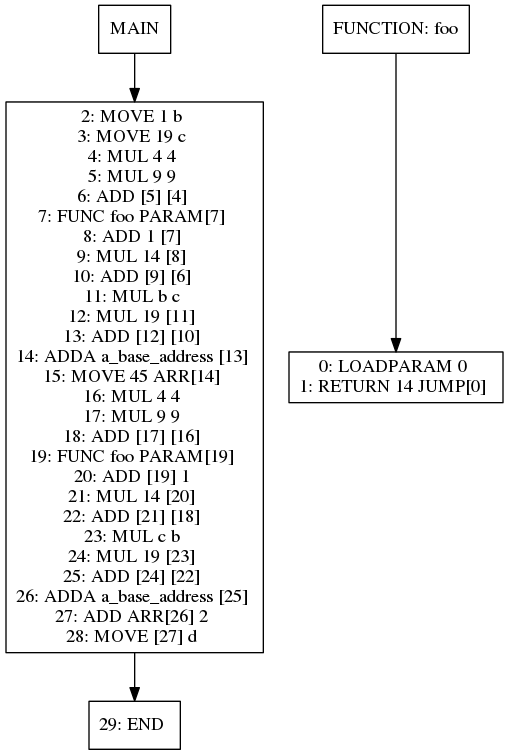
Above: viz/test020.dot.png in jiahanwang/PL241-Compiler (Graphviz), before the change. Its source is kept beside it as viz/test020.dot.
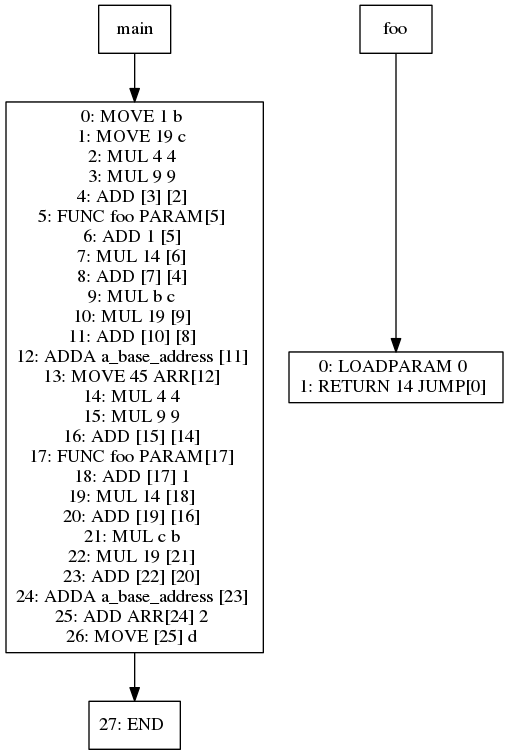
The same file after the commit.

What changed in the source:
```diff
@@ -1,41 +1,41 @@
 digraph test020 {
 node [shape=box]
-1[label="MAIN"]
-1 -> 6
-6[label="2: MOVE 1 b
-3: MOVE 19 c
-4: MUL 4 4
-5: MUL 9 9
-6: ADD [5] [4]
-7: FUNC foo PARAM[7]
-8: ADD 1 [7]
-9: MUL 14 [8]
-10: ADD [9] [6]
-11: MUL b c
-12: MUL 19 [11]
-13: ADD [12] [10]
-14: ADDA a_base_address [13]
-15: MOVE 45 ARR[14]
-16: MUL 4 4
-17: MUL 9 9
-18: ADD [17] [16]
-19: FUNC foo PARAM[19]
-20: ADD [19] 1
-21: MUL 14 [20]
-22: ADD [21] [18]
-23: MUL c b
-24: MUL 19 [23]
-25: ADD [24] [22]
-26: ADDA a_base_address [25]
-27: ADD ARR[26] 2
-28: MOVE [27] d
+373[label="main"]
+373 -> 378
+378[label="0: MOVE 1 b
+1: MOVE 19 c
+2: MUL 4 4
+3: MUL 9 9
+4: ADD [3] [2]
+5: FUNC foo PARAM[5]
+6: ADD 1 [5]
+7: MUL 14 [6]
+8: ADD [7] [4]
+9: MUL b c
+10: MUL 19 [9]
+11: ADD [10] [8]
+12: ADDA a_base_address [11]
+13: MOVE 45 ARR[12]
+14: MUL 4 4
+15: MUL 9 9
+16: ADD [15] [14]
+17: FUNC foo PARAM[17]
+18: ADD [17] 1
+19: MUL 14 [18]
+20: ADD [19] [16]
+21: MUL c b
+22: MUL 19 [21]
+23: ADD [22] [20]
+24: ADDA a_base_address [23]
+25: ADD ARR[24] 2
+26: MOVE [25] d
 "]
-6 -> 10
-10[label="29: END
+378 -> 382
+382[label="27: END
 "]
-4[label="FUNCTION: foo"]
-4 -> 5
-5[label="0: LOADPARAM 0
+376[label="foo"]
+376 -> 377
+377[label="0: LOADPARAM 0
 1: RETURN 14 JUMP[0]
 "]
 }
```
